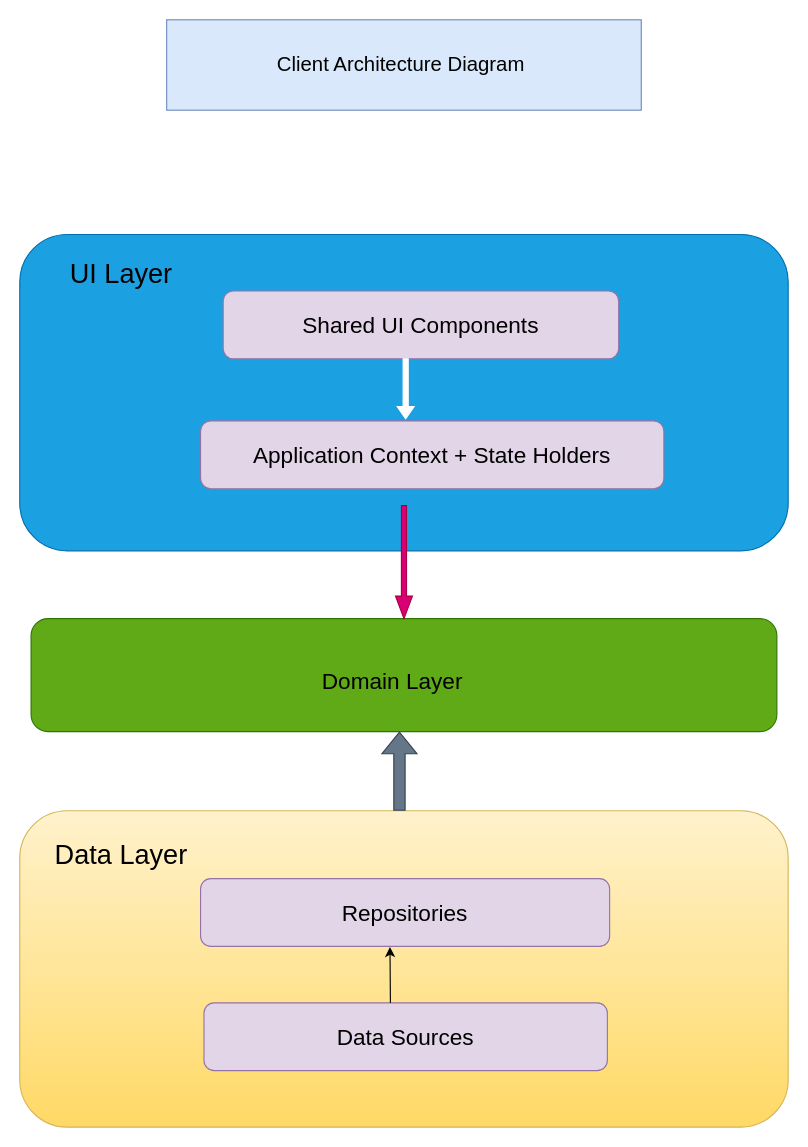
amandahua/PayPal_cloud_ide keeps this draw.io diagram as Untitled Diagram.drawio. Above is the earlier version. Source tidied: cells renumbered, new cells numbered last; positions are measured from the earlier drawing's top-left corner, leaving out a move shared by most shapes. Both pictures are drawn from the tidied source at 113%, with x=0, y=0 at pixel (19, 19).
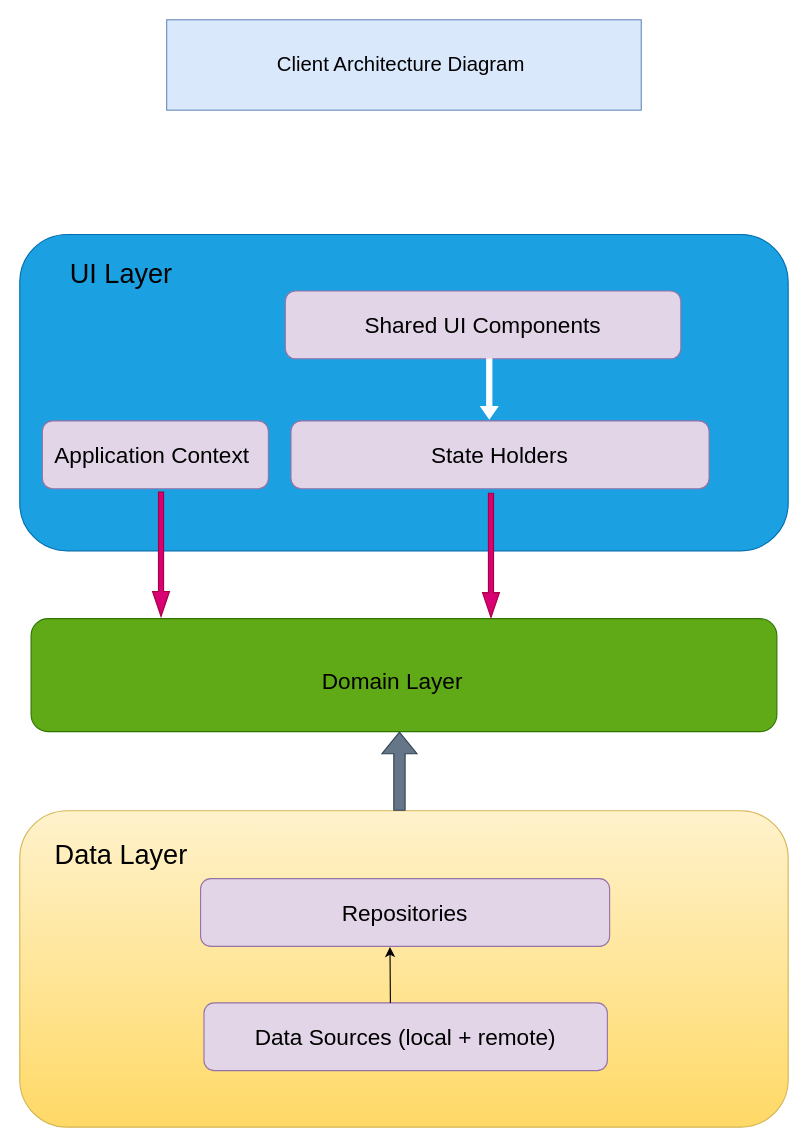
The same diagram, later.

What changed in the source:
```diff
@@
     <mxCell id="5" value="Shared UI Components" style="rounded=1;whiteSpace=wrap;html=1;strokeColor=#9673a6;fontSize=20;fillColor=#e1d5e7;" parent="1" vertex="1">
-      <mxGeometry x="180" y="240" width="350" height="60" as="geometry" />
+      <mxGeometry x="235" y="240" width="350" height="60" as="geometry" />
     </mxCell>
-    <mxCell id="6" value="Application Context + State Holders" style="rounded=1;whiteSpace=wrap;html=1;strokeColor=#9673a6;fontSize=20;fillColor=#e1d5e7;" parent="1" vertex="1">
-      <mxGeometry x="160" y="355" width="410" height="60" as="geometry" />
+    <mxCell id="6" value="State Holders" style="rounded=1;whiteSpace=wrap;html=1;strokeColor=#9673a6;fontSize=20;fillColor=#e1d5e7;" parent="1" vertex="1">
+      <mxGeometry x="240" y="355" width="370" height="60" as="geometry" />
     </mxCell>
     <mxCell id="7" style="shape=singleArrow;direction=south;whiteSpace=wrap;html=1;strokeColor=#FFFFFF;fontSize=20;" parent="1" vertex="1">
-      <mxGeometry x="334" y="300" width="15" height="53" as="geometry" />
+      <mxGeometry x="408" y="300" width="15" height="53" as="geometry" />
     </mxCell>
@@
     <mxCell id="13" style="shape=singleArrow;direction=south;whiteSpace=wrap;html=1;strokeColor=#A50040;fontSize=20;fillColor=#d80073;fontColor=#ffffff;" parent="1" vertex="1">
-      <mxGeometry x="332.5" y="430" width="15" height="100" as="geometry" />
+      <mxGeometry x="409.5" y="419" width="15" height="110" as="geometry" />
     </mxCell>
-    <mxCell id="14" value="Data Sources" style="rounded=1;whiteSpace=wrap;html=1;strokeColor=#9673a6;fontSize=20;fillColor=#e1d5e7;" parent="1" vertex="1">
+    <mxCell id="14" value="Data Sources (local + remote)" style="rounded=1;whiteSpace=wrap;html=1;strokeColor=#9673a6;fontSize=20;fillColor=#e1d5e7;" parent="1" vertex="1">
       <mxGeometry x="163" y="870" width="357" height="60" as="geometry" />
     </mxCell>
@@
+    <mxCell id="18" value="Application Context&amp;nbsp;" style="rounded=1;whiteSpace=wrap;html=1;strokeColor=#9673a6;fontSize=20;fillColor=#e1d5e7;" parent="1" vertex="1">
+      <mxGeometry x="20" y="355" width="200" height="60" as="geometry" />
+    </mxCell>
+    <mxCell id="19" style="shape=singleArrow;direction=south;whiteSpace=wrap;html=1;strokeColor=#A50040;fontSize=20;fillColor=#d80073;fontColor=#ffffff;" parent="1" vertex="1">
+      <mxGeometry x="117.5" y="418" width="15" height="110" as="geometry" />
+    </mxCell>
```
